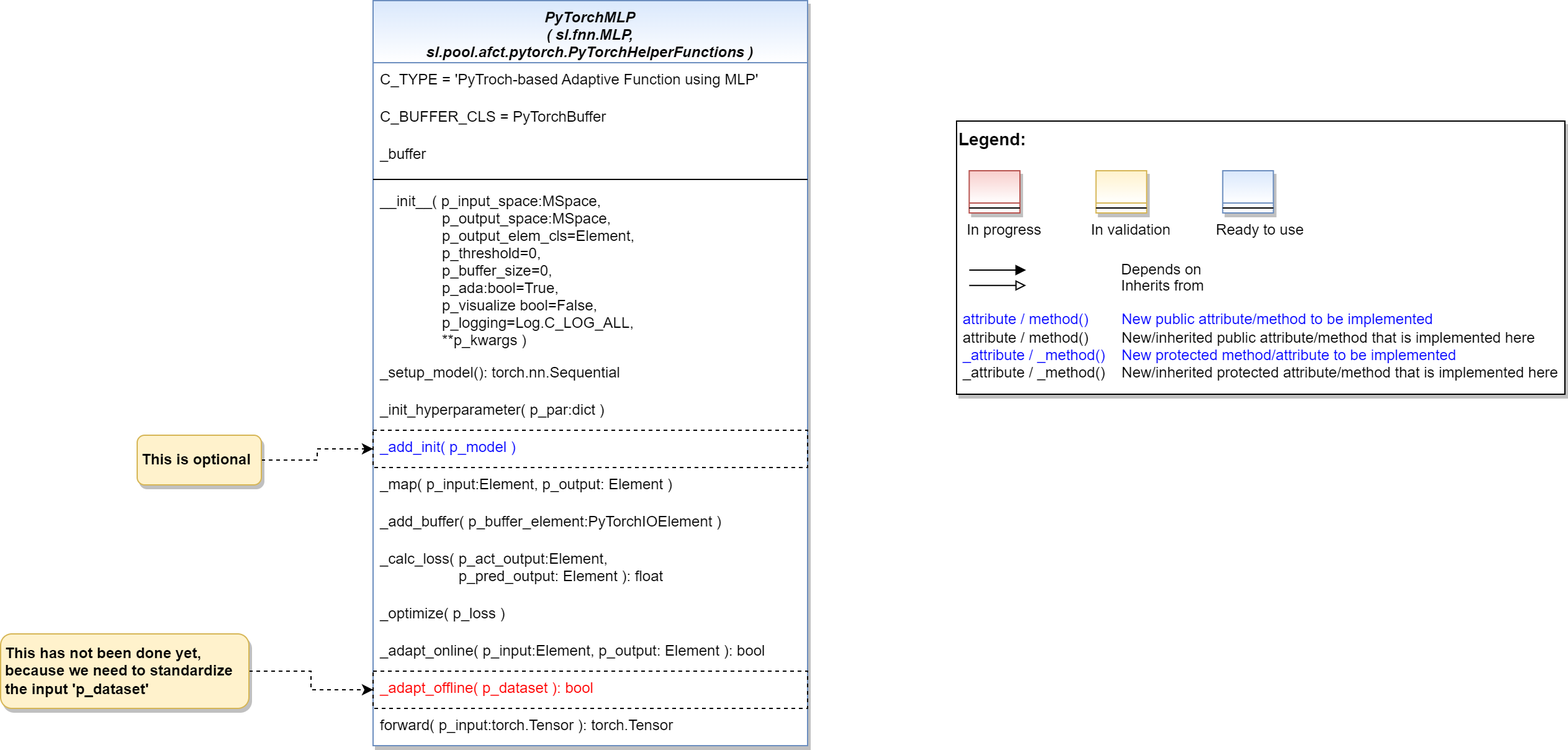
Above: doc/rtd/content/04_appendices/appendix2/sub/pool/mlpro_sl/afct/images/MLPro-SL-pool-afct-fnn-pytorch_class_diagram.drawio.png in fhswf/MLPro (draw.io), before the change. Source tidied: cells renumbered, new cells last; positions are measured from the earlier drawing's top-left corner, leaving out a move shared by most shapes.
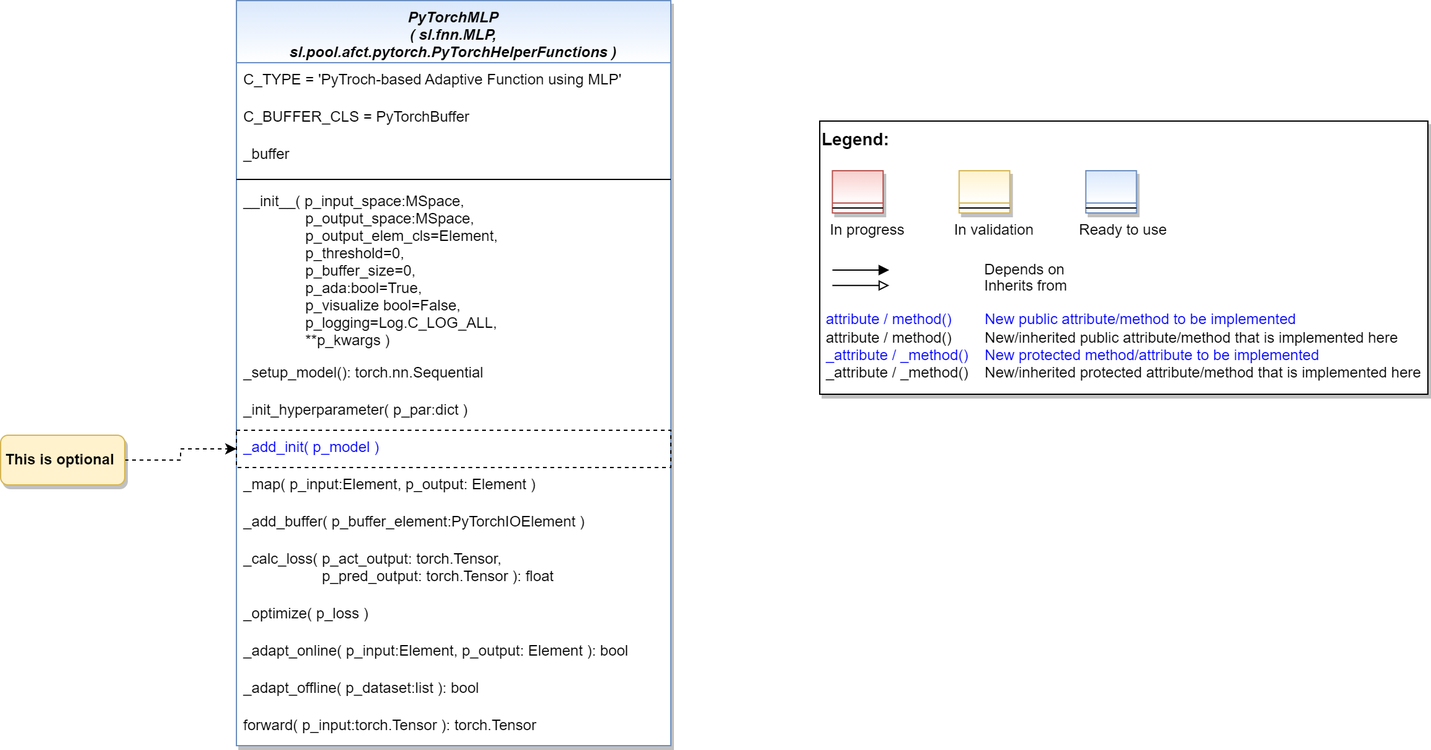
After the commit.

Commit message:
Refactoring PyTorchBuffer and update class diagram

What changed in the source:
```diff
@@ -76,7 +76,7 @@
     <mxCell id="22" value="_add_buffer( p_buffer_element:PyTorchIOElement )" style="text;align=left;verticalAlign=top;spacingLeft=4;spacingRight=4;overflow=hidden;fontColor=#000000;" parent="12" vertex="1">
       <mxGeometry y="406" width="350" height="30" as="geometry" />
     </mxCell>
-    <mxCell id="23" value="_calc_loss( p_act_output:Element,&#10;                   p_pred_output: Element ): float" style="text;align=left;verticalAlign=top;spacingLeft=4;spacingRight=4;overflow=hidden;fontColor=#000000;" parent="12" vertex="1">
+    <mxCell id="23" value="_calc_loss( p_act_output: torch.Tensor,&#10;                   p_pred_output: torch.Tensor ): float" style="text;align=left;verticalAlign=top;spacingLeft=4;spacingRight=4;overflow=hidden;fontColor=#000000;" parent="12" vertex="1">
       <mxGeometry y="436" width="350" height="44" as="geometry" />
     </mxCell>
     <mxCell id="24" value="_optimize( p_loss )" style="text;align=left;verticalAlign=top;spacingLeft=4;spacingRight=4;overflow=hidden;fontColor=#000000;" parent="12" vertex="1">
@@ -85,7 +85,7 @@
     <mxCell id="25" value="_adapt_online( p_input:Element, p_output: Element ): bool" style="text;align=left;verticalAlign=top;spacingLeft=4;spacingRight=4;overflow=hidden;fontColor=#000000;" parent="12" vertex="1">
       <mxGeometry y="510" width="350" height="30" as="geometry" />
     </mxCell>
-    <mxCell id="26" value="_adapt_offline( p_dataset ): bool" style="text;align=left;verticalAlign=top;spacingLeft=4;spacingRight=4;overflow=hidden;points=[[0,0.5],[1,0.5]];portConstraint=eastwest;fontColor=#FF0000;strokeColor=default;dashed=1;" parent="12" vertex="1">
+    <mxCell id="26" value="_adapt_offline( p_dataset:list ): bool" style="text;align=left;verticalAlign=top;spacingLeft=4;spacingRight=4;overflow=hidden;points=[[0,0.5],[1,0.5]];portConstraint=eastwest;fontColor=#000000;strokeColor=none;dashed=1;" parent="12" vertex="1">
       <mxGeometry y="540" width="350" height="30" as="geometry" />
     </mxCell>
     <mxCell id="27" value="forward( p_input:torch.Tensor ): torch.Tensor" style="text;align=left;verticalAlign=top;spacingLeft=4;spacingRight=4;overflow=hidden;fontColor=#000000;" parent="12" vertex="1">
@@ -97,11 +97,5 @@
     <mxCell id="29" value="This is optional" style="rounded=1;whiteSpace=wrap;html=1;fillColor=#fff2cc;strokeColor=#d6b656;shadow=1;fontStyle=1;align=left;spacingLeft=2;" parent="1" vertex="1">
       <mxGeometry x="110" y="350" width="100" height="40" as="geometry" />
     </mxCell>
-    <mxCell id="30" style="edgeStyle=orthogonalEdgeStyle;rounded=0;jettySize=auto;html=1;exitX=1;exitY=0.5;exitDx=0;exitDy=0;entryX=0;entryY=0.5;entryDx=0;entryDy=0;dashed=1;fontColor=#FF0000;" parent="1" edge="1" source="31" target="26">
-      <mxGeometry relative="1" as="geometry" />
-    </mxCell>
-    <mxCell id="31" value="This has not been done yet, because we need to standardize the input 'p_dataset'" style="rounded=1;whiteSpace=wrap;html=1;fillColor=#fff2cc;strokeColor=#d6b656;shadow=1;fontStyle=1;align=left;spacingLeft=2;" parent="1" vertex="1">
-      <mxGeometry y="510" width="200" height="60" as="geometry" />
-    </mxCell>
   </root>
 </mxGraphModel>
```
